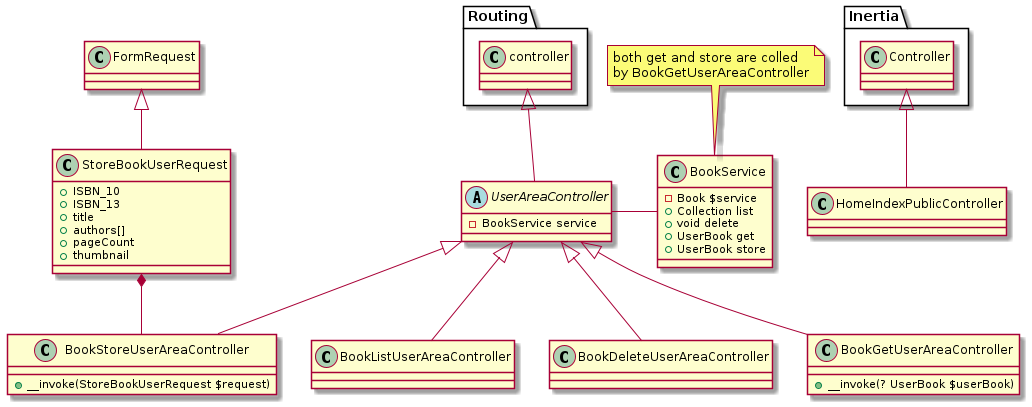
Earlier version of the PlantUML export docs/User book CRUD diagram.png (rstriquer/readers-club).
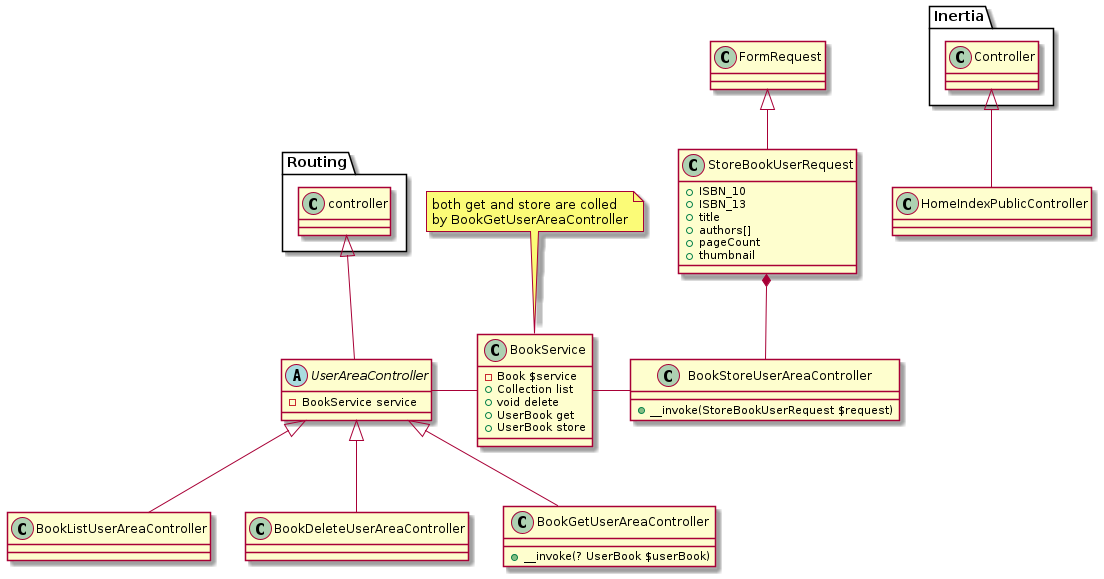
The same diagram one commit later.

Commit message:
update User Book CRUD diagram

What changed in the source:
```diff
@@ -20,7 +20,7 @@
     + UserBook store
 }
 class BookListUserAreaController extends UserAreaController
-class BookStoreUserAreaController extends UserAreaController {
+class BookStoreUserAreaController {
     + __invoke(StoreBookUserRequest $request)
 }
 class BookDeleteUserAreaController extends UserAreaController {}
@@ -36,7 +36,8 @@
     + thumbnail
 }
 
-UserAreaController - BookService
+UserAreaController -right- BookService
+BookStoreUserAreaController -left- BookService
 StoreBookUserRequest *-- BookStoreUserAreaController
 
 @enduml
```
